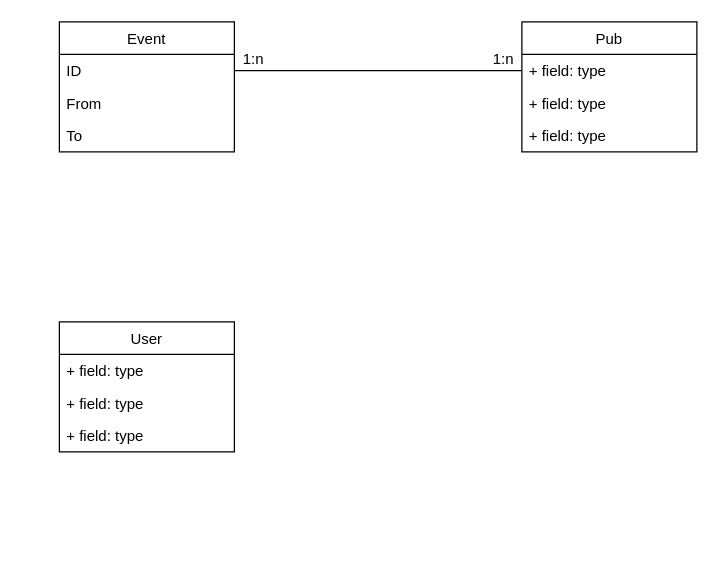
This is page "Page-2" (2 of 2) of Diagrams.drawio from xbabka01/-Drinkward, a draw.io file, before an edit. Source tidied: cells renumbered, new cells numbered last; positions are measured from the earlier drawing's top-left corner, leaving out a move shared by most shapes. Both pictures are drawn from the tidied source at 125%, with x=0, y=0 at pixel (59, 21).
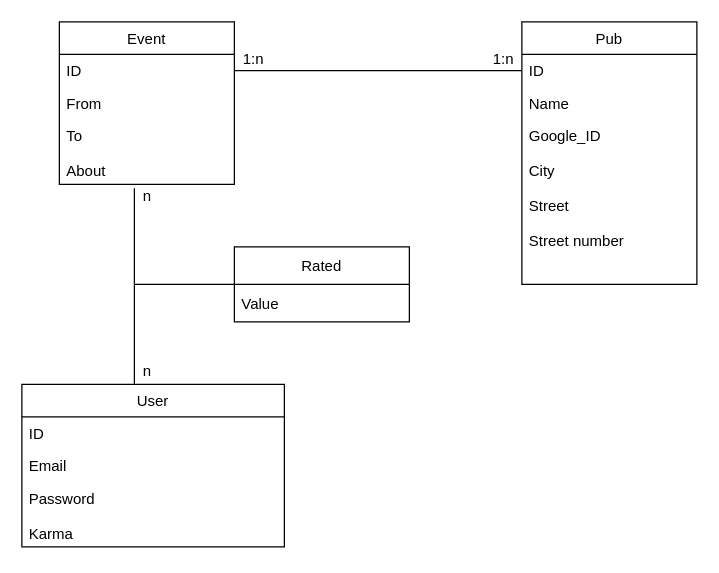
Above is the later version.

What changed in the source:
```diff
@@
     <mxCell id="2" value="Event" style="swimlane;fontStyle=0;horizontal=1;startSize=26;fillColor=none;" parent="1" vertex="1">
-      <mxGeometry width="140" height="104" as="geometry" />
+      <mxGeometry width="140" height="130" as="geometry" />
     </mxCell>
@@
-    <mxCell id="5" value="To" style="text;strokeColor=none;fillColor=none;align=left;verticalAlign=top;spacingLeft=4;spacingRight=4;overflow=hidden;" parent="2" vertex="1">
-      <mxGeometry y="78" width="140" height="26" as="geometry" />
+    <mxCell id="5" value="To&#10;&#10;About&#10;" style="text;strokeColor=none;fillColor=none;align=left;verticalAlign=top;spacingLeft=4;spacingRight=4;overflow=hidden;" parent="2" vertex="1">
+      <mxGeometry y="78" width="140" height="52" as="geometry" />
     </mxCell>
     <mxCell id="6" value="Pub" style="swimlane;fontStyle=0;horizontal=1;startSize=26;fillColor=none;" parent="1" vertex="1">
-      <mxGeometry x="370" width="140" height="104" as="geometry" />
+      <mxGeometry x="370" width="140" height="210" as="geometry" />
     </mxCell>
-    <mxCell id="7" value="+ field: type" style="text;strokeColor=none;fillColor=none;align=left;verticalAlign=top;spacingLeft=4;spacingRight=4;overflow=hidden;points=[[0,0.5],[1,0.5]];portConstraint=eastwest;" parent="6" vertex="1">
+    <mxCell id="7" value="ID&#10;" style="text;strokeColor=none;fillColor=none;align=left;verticalAlign=top;spacingLeft=4;spacingRight=4;overflow=hidden;points=[[0,0.5],[1,0.5]];portConstraint=eastwest;" parent="6" vertex="1">
       <mxGeometry y="26" width="140" height="26" as="geometry" />
     </mxCell>
-    <mxCell id="8" value="+ field: type" style="text;strokeColor=none;fillColor=none;align=left;verticalAlign=top;spacingLeft=4;spacingRight=4;overflow=hidden;" parent="6" vertex="1">
+    <mxCell id="8" value="Name" style="text;strokeColor=none;fillColor=none;align=left;verticalAlign=top;spacingLeft=4;spacingRight=4;overflow=hidden;" parent="6" vertex="1">
       <mxGeometry y="52" width="140" height="26" as="geometry" />
     </mxCell>
-    <mxCell id="9" value="+ field: type" style="text;strokeColor=none;fillColor=none;align=left;verticalAlign=top;spacingLeft=4;spacingRight=4;overflow=hidden;" parent="6" vertex="1">
-      <mxGeometry y="78" width="140" height="26" as="geometry" />
+    <mxCell id="9" value="Google_ID&#10;&#10;City&#10;&#10;Street&#10;&#10;Street number&#10;" style="text;strokeColor=none;fillColor=none;align=left;verticalAlign=top;spacingLeft=4;spacingRight=4;overflow=hidden;" parent="6" vertex="1">
+      <mxGeometry y="78" width="140" height="132" as="geometry" />
     </mxCell>
+    <mxCell id="17" style="edgeStyle=orthogonalEdgeStyle;rounded=0;jettySize=auto;html=1;endArrow=none;endFill=0;" parent="1" edge="1" source="10">
+      <mxGeometry relative="1" as="geometry">
+        <mxPoint x="60" y="133" as="targetPoint" />
+        <Array as="points">
+          <mxPoint x="60" y="133" />
+        </Array>
+      </mxGeometry>
+    </mxCell>
     <mxCell id="10" value="User" style="swimlane;fontStyle=0;horizontal=1;startSize=26;fillColor=none;" parent="1" vertex="1">
-      <mxGeometry y="240" width="140" height="104" as="geometry" />
+      <mxGeometry x="-30" y="290" width="210" height="130" as="geometry" />
     </mxCell>
-    <mxCell id="11" value="+ field: type" style="text;strokeColor=none;fillColor=none;align=left;verticalAlign=top;spacingLeft=4;spacingRight=4;overflow=hidden;" parent="10" vertex="1">
-      <mxGeometry y="26" width="140" height="26" as="geometry" />
+    <mxCell id="11" value="ID  &#10;    &#10;" style="text;strokeColor=none;fillColor=none;align=left;verticalAlign=top;spacingLeft=4;spacingRight=4;overflow=hidden;fontStyle=0;" parent="10" vertex="1">
+      <mxGeometry y="26" width="210" height="26" as="geometry" />
     </mxCell>
-    <mxCell id="12" value="+ field: type" style="text;strokeColor=none;fillColor=none;align=left;verticalAlign=top;spacingLeft=4;spacingRight=4;overflow=hidden;" parent="10" vertex="1">
-      <mxGeometry y="52" width="140" height="26" as="geometry" />
+    <mxCell id="12" value="Email" style="text;strokeColor=none;fillColor=none;align=left;verticalAlign=top;spacingLeft=4;spacingRight=4;overflow=hidden;" parent="10" vertex="1">
+      <mxGeometry y="52" width="210" height="26" as="geometry" />
     </mxCell>
-    <mxCell id="13" value="+ field: type" style="text;strokeColor=none;fillColor=none;align=left;verticalAlign=top;spacingLeft=4;spacingRight=4;overflow=hidden;" parent="10" vertex="1">
-      <mxGeometry y="78" width="140" height="26" as="geometry" />
+    <mxCell id="13" value="Password&#10;&#10;Karma&#10;" style="text;strokeColor=none;fillColor=none;align=left;verticalAlign=top;spacingLeft=4;spacingRight=4;overflow=hidden;" parent="10" vertex="1">
+      <mxGeometry y="78" width="210" height="52" as="geometry" />
     </mxCell>
@@
+    <mxCell id="18" style="edgeStyle=orthogonalEdgeStyle;rounded=0;jettySize=auto;html=1;endArrow=none;endFill=0;" parent="1" edge="1" source="19">
+      <mxGeometry relative="1" as="geometry">
+        <mxPoint x="60" y="210" as="targetPoint" />
+      </mxGeometry>
+    </mxCell>
+    <mxCell id="19" value="Rated" style="swimlane;fontStyle=0;horizontal=1;startSize=30;" parent="1" vertex="1">
+      <mxGeometry x="140" y="180" width="140" height="60" as="geometry" />
+    </mxCell>
+    <mxCell id="20" value="Value" style="text;strokeColor=none;fillColor=none;align=left;verticalAlign=middle;spacingLeft=4;spacingRight=4;overflow=hidden;" parent="19" vertex="1">
+      <mxGeometry y="30" width="140" height="30" as="geometry" />
+    </mxCell>
+    <mxCell id="21" value="n" style="text;html=1;align=center;verticalAlign=middle;strokeColor=none;fillColor=none;" parent="1" vertex="1">
+      <mxGeometry x="60" y="130" width="20" height="20" as="geometry" />
+    </mxCell>
+    <mxCell id="22" value="n" style="text;html=1;align=center;verticalAlign=middle;strokeColor=none;fillColor=none;" parent="1" vertex="1">
+      <mxGeometry x="60" y="270" width="20" height="20" as="geometry" />
+    </mxCell>
```
